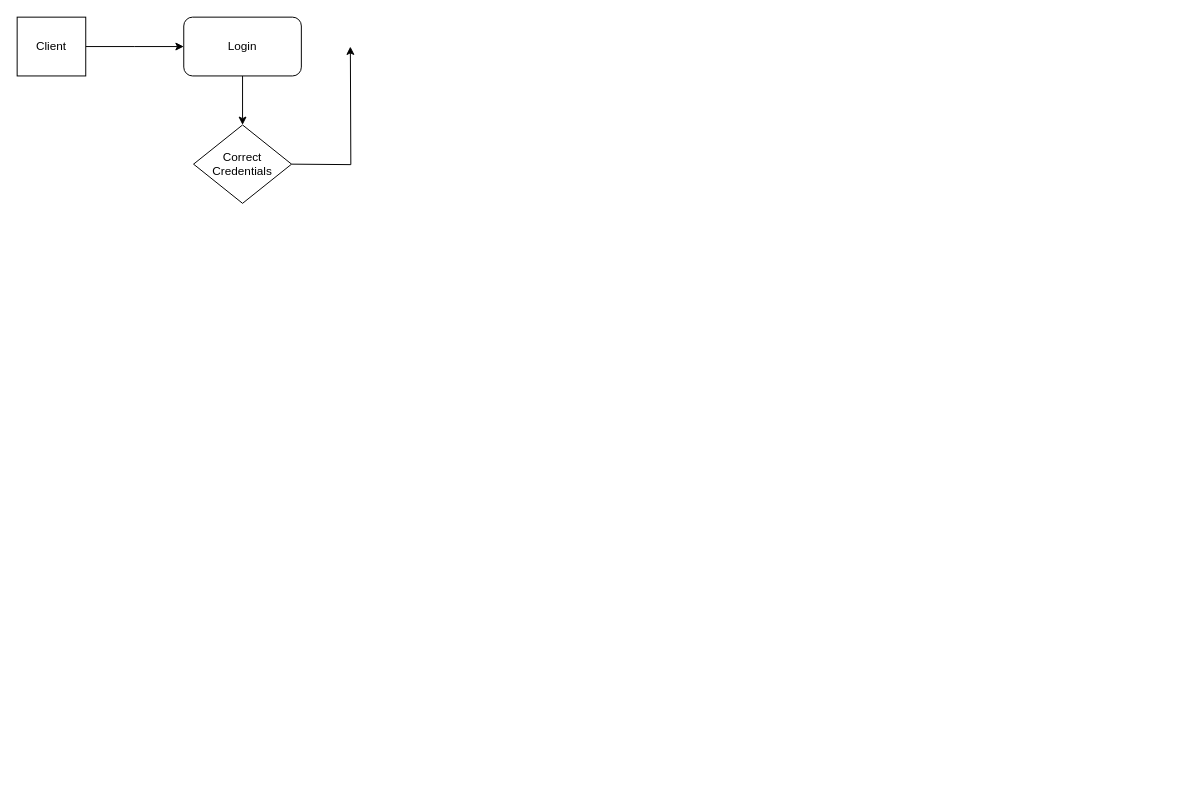
Before: API Workflow.drawio in Sudershhh/supply-chain, a draw.io diagram. Source tidied: cells renumbered, new cells numbered last; positions are measured from the earlier drawing's top-left corner, leaving out a move shared by most shapes. Both pictures are drawn from the tidied source at 98%, with x=0, y=0 at pixel (17, 17).
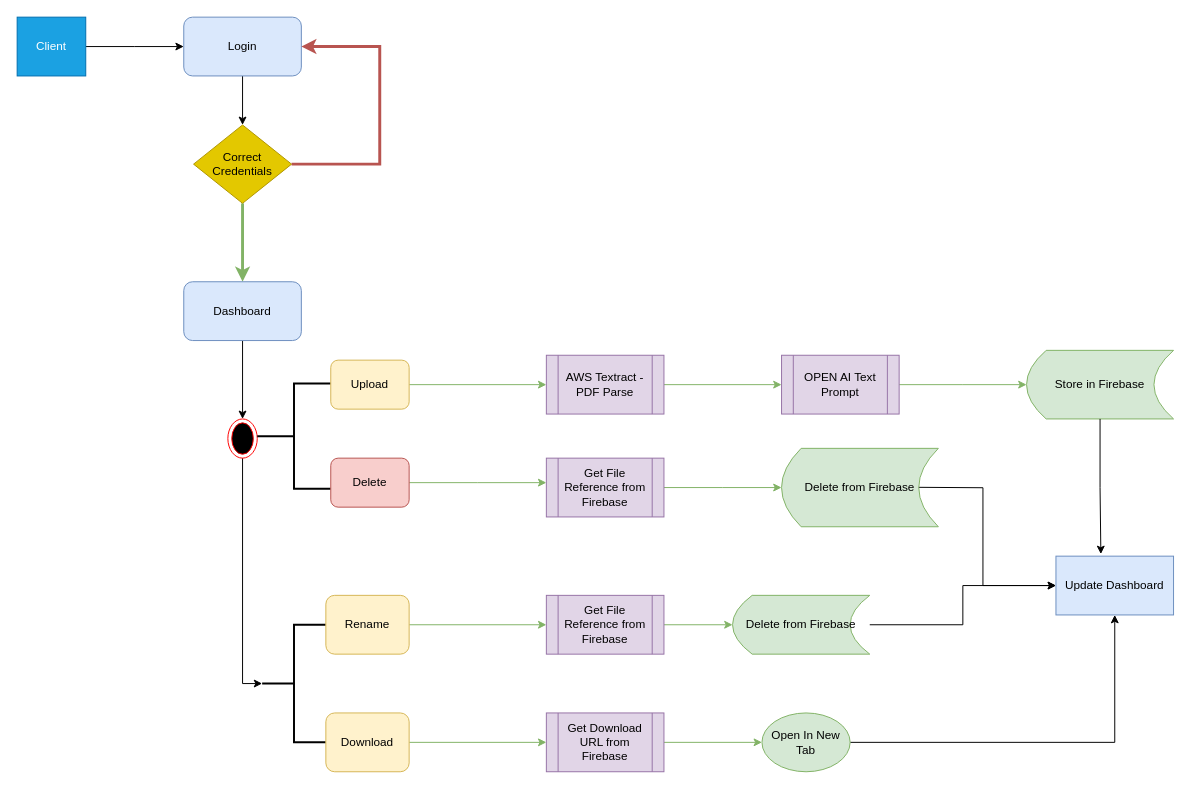
After the change.

Commit message:
Added More Components in API Flowchart

Change to the diagram source:
```diff
@@
-    <mxCell id="3" value="Client" style="rounded=0;whiteSpace=wrap;html=1;" parent="1" vertex="1">
+    <mxCell id="3" value="Client" style="rounded=0;whiteSpace=wrap;html=1;fillColor=#1ba1e2;fontColor=#ffffff;strokeColor=#006EAF;" parent="1" vertex="1">
       <mxGeometry width="70" height="60" as="geometry" />
     </mxCell>
@@
-    <mxCell id="5" value="Login" style="rounded=1;whiteSpace=wrap;html=1;" parent="1" vertex="1">
+    <mxCell id="5" value="Login" style="rounded=1;whiteSpace=wrap;html=1;fillColor=#dae8fc;strokeColor=#6c8ebf;" parent="1" vertex="1">
       <mxGeometry x="170" width="120" height="60" as="geometry" />
     </mxCell>
-    <mxCell id="6" style="edgeStyle=orthogonalEdgeStyle;rounded=0;orthogonalLoop=1;jettySize=auto;html=1;" parent="1" edge="1">
+    <mxCell id="6" style="edgeStyle=orthogonalEdgeStyle;rounded=0;jettySize=auto;html=1;exitX=1;exitY=0.5;exitDx=0;exitDy=0;fillColor=#f8cecc;strokeColor=#b85450;entryX=1;entryY=0.5;entryDx=0;entryDy=0;strokeWidth=3;" parent="1" edge="1" source="7" target="5">
       <mxGeometry relative="1" as="geometry">
-        <mxPoint x="280" y="150" as="sourcePoint" />
-        <mxPoint x="340" y="30" as="targetPoint" />
+        <Array as="points">
+          <mxPoint x="370" y="150" />
+          <mxPoint x="370" y="30" />
+        </Array>
       </mxGeometry>
     </mxCell>
+    <mxCell id="8" style="edgeStyle=orthogonalEdgeStyle;rounded=0;jettySize=auto;html=1;fillColor=#d5e8d4;strokeColor=#82b366;strokeWidth=3;" parent="1" edge="1" source="7">
+      <mxGeometry relative="1" as="geometry">
+        <mxPoint x="230" y="270" as="targetPoint" />
+        <Array as="points">
+          <mxPoint x="230" y="250" />
+          <mxPoint x="230" y="250" />
+        </Array>
+      </mxGeometry>
+    </mxCell>
-    <mxCell id="7" value="Correct Credentials" style="rhombus;whiteSpace=wrap;html=1;" parent="1" vertex="1">
+    <mxCell id="7" value="Correct Credentials" style="rhombus;whiteSpace=wrap;html=1;fillColor=#e3c800;fontColor=#000000;strokeColor=#B09500;" parent="1" vertex="1">
       <mxGeometry x="180" y="110" width="100" height="80" as="geometry" />
     </mxCell>
+    <mxCell id="9" style="edgeStyle=orthogonalEdgeStyle;rounded=0;jettySize=auto;html=1;entryX=0.5;entryY=0;entryDx=0;entryDy=0;" parent="1" edge="1" source="10" target="12">
+      <mxGeometry relative="1" as="geometry" />
+    </mxCell>
+    <mxCell id="10" value="Dashboard" style="rounded=1;whiteSpace=wrap;html=1;fillColor=#dae8fc;strokeColor=#6c8ebf;" parent="1" vertex="1">
+      <mxGeometry x="170" y="270" width="120" height="60" as="geometry" />
+    </mxCell>
+    <mxCell id="11" style="edgeStyle=orthogonalEdgeStyle;rounded=0;jettySize=auto;html=1;entryX=0;entryY=0.5;entryDx=0;entryDy=0;entryPerimeter=0;" parent="1" edge="1" source="12" target="29">
+      <mxGeometry relative="1" as="geometry">
+        <Array as="points">
+          <mxPoint x="230" y="680" />
+        </Array>
+      </mxGeometry>
+    </mxCell>
+    <mxCell id="12" style="ellipse;html=1;shape=endState;fillColor=#000000;strokeColor=#ff0000;" parent="1" vertex="1">
+      <mxGeometry x="215" y="410" width="30" height="40" as="geometry" />
+    </mxCell>
+    <mxCell id="13" style="strokeWidth=2;html=1;shape=mxgraph.flowchart.annotation_2;align=left;labelPosition=right;" parent="1" vertex="1">
+      <mxGeometry x="245" y="373.8" width="75" height="107.5" as="geometry" />
+    </mxCell>
+    <mxCell id="14" style="edgeStyle=orthogonalEdgeStyle;rounded=0;jettySize=auto;html=1;entryX=0;entryY=0.5;entryDx=0;entryDy=0;fillColor=#d5e8d4;strokeColor=#82b366;" parent="1" edge="1" source="15" target="19">
+      <mxGeometry relative="1" as="geometry" />
+    </mxCell>
+    <mxCell id="15" value="Upload" style="rounded=1;whiteSpace=wrap;html=1;fillColor=#fff2cc;strokeColor=#d6b656;" parent="1" vertex="1">
+      <mxGeometry x="320" y="350" width="80" height="50" as="geometry" />
+    </mxCell>
+    <mxCell id="16" style="edgeStyle=orthogonalEdgeStyle;rounded=0;jettySize=auto;html=1;fillColor=#d5e8d4;strokeColor=#82b366;" parent="1" edge="1" source="17">
+      <mxGeometry relative="1" as="geometry">
+        <mxPoint x="540" y="475" as="targetPoint" />
+      </mxGeometry>
+    </mxCell>
+    <mxCell id="17" value="Delete" style="rounded=1;whiteSpace=wrap;html=1;fillColor=#f8cecc;strokeColor=#b85450;" parent="1" vertex="1">
+      <mxGeometry x="320" y="450" width="80" height="50" as="geometry" />
+    </mxCell>
+    <mxCell id="18" style="edgeStyle=orthogonalEdgeStyle;rounded=0;jettySize=auto;html=1;fillColor=#d5e8d4;strokeColor=#82b366;" parent="1" edge="1" source="19" target="21">
+      <mxGeometry relative="1" as="geometry" />
+    </mxCell>
+    <mxCell id="19" value="AWS Textract - PDF Parse" style="shape=process;whiteSpace=wrap;html=1;backgroundOutline=1;fillColor=#e1d5e7;strokeColor=#9673a6;" parent="1" vertex="1">
+      <mxGeometry x="540" y="345" width="120" height="60" as="geometry" />
+    </mxCell>
+    <mxCell id="20" style="edgeStyle=orthogonalEdgeStyle;rounded=0;jettySize=auto;html=1;fillColor=#d5e8d4;strokeColor=#82b366;" parent="1" edge="1" source="21">
+      <mxGeometry relative="1" as="geometry">
+        <mxPoint x="1030" y="375" as="targetPoint" />
+      </mxGeometry>
+    </mxCell>
+    <mxCell id="21" value="OPEN AI Text Prompt" style="shape=process;whiteSpace=wrap;html=1;backgroundOutline=1;fillColor=#e1d5e7;strokeColor=#9673a6;" parent="1" vertex="1">
+      <mxGeometry x="780" y="345" width="120" height="60" as="geometry" />
+    </mxCell>
+    <mxCell id="22" value="Store in Firebase" style="shape=dataStorage;whiteSpace=wrap;html=1;fixedSize=1;fillColor=#d5e8d4;strokeColor=#82b366;" parent="1" vertex="1">
+      <mxGeometry x="1030" y="340" width="150" height="70" as="geometry" />
+    </mxCell>
+    <mxCell id="23" style="edgeStyle=orthogonalEdgeStyle;rounded=0;jettySize=auto;html=1;fillColor=#d5e8d4;strokeColor=#82b366;" parent="1" edge="1" source="24">
+      <mxGeometry relative="1" as="geometry">
+        <mxPoint x="780" y="480" as="targetPoint" />
+      </mxGeometry>
+    </mxCell>
+    <mxCell id="24" value="Get File Reference from Firebase" style="shape=process;whiteSpace=wrap;html=1;backgroundOutline=1;fillColor=#e1d5e7;strokeColor=#9673a6;" parent="1" vertex="1">
+      <mxGeometry x="540" y="450" width="120" height="60" as="geometry" />
+    </mxCell>
+    <mxCell id="25" style="edgeStyle=orthogonalEdgeStyle;rounded=0;jettySize=auto;html=1;entryX=0;entryY=0.5;entryDx=0;entryDy=0;" parent="1" edge="1" target="27">
+      <mxGeometry relative="1" as="geometry">
+        <mxPoint x="910" y="479.7" as="sourcePoint" />
+      </mxGeometry>
+    </mxCell>
+    <mxCell id="26" value="Delete from Firebase" style="shape=dataStorage;whiteSpace=wrap;html=1;fixedSize=1;fillColor=#d5e8d4;strokeColor=#82b366;" parent="1" vertex="1">
+      <mxGeometry x="780" y="440" width="160" height="80" as="geometry" />
+    </mxCell>
+    <mxCell id="27" value="Update Dash&lt;span style=&quot;background-color: initial;&quot;&gt;board&lt;/span&gt;" style="rounded=0;whiteSpace=wrap;html=1;fillColor=#dae8fc;strokeColor=#6c8ebf;" parent="1" vertex="1">
+      <mxGeometry x="1060" y="550" width="120" height="60" as="geometry" />
+    </mxCell>
+    <mxCell id="28" style="edgeStyle=orthogonalEdgeStyle;rounded=0;jettySize=auto;html=1;entryX=0.382;entryY=-0.036;entryDx=0;entryDy=0;entryPerimeter=0;" parent="1" edge="1" source="22" target="27">
+      <mxGeometry relative="1" as="geometry" />
+    </mxCell>
+    <mxCell id="29" style="strokeWidth=2;html=1;shape=mxgraph.flowchart.annotation_2;align=left;labelPosition=right;rotation=0;" parent="1" vertex="1">
+      <mxGeometry x="250" y="620" width="65" height="120" as="geometry" />
+    </mxCell>
+    <mxCell id="30" style="edgeStyle=orthogonalEdgeStyle;rounded=0;jettySize=auto;html=1;fillColor=#d5e8d4;strokeColor=#82b366;" parent="1" edge="1" source="31" target="35">
+      <mxGeometry relative="1" as="geometry" />
+    </mxCell>
+    <mxCell id="31" value="Rename" style="rounded=1;whiteSpace=wrap;html=1;fillColor=#fff2cc;strokeColor=#d6b656;" parent="1" vertex="1">
+      <mxGeometry x="315" y="590" width="85" height="60" as="geometry" />
+    </mxCell>
+    <mxCell id="32" style="edgeStyle=orthogonalEdgeStyle;rounded=0;jettySize=auto;html=1;entryX=0;entryY=0.5;entryDx=0;entryDy=0;fillColor=#d5e8d4;strokeColor=#82b366;" parent="1" edge="1" source="33" target="39">
+      <mxGeometry relative="1" as="geometry" />
+    </mxCell>
+    <mxCell id="33" value="Download" style="rounded=1;whiteSpace=wrap;html=1;fillColor=#fff2cc;strokeColor=#d6b656;" parent="1" vertex="1">
+      <mxGeometry x="315" y="710" width="85" height="60" as="geometry" />
+    </mxCell>
+    <mxCell id="34" style="edgeStyle=orthogonalEdgeStyle;rounded=0;jettySize=auto;html=1;entryX=0;entryY=0.5;entryDx=0;entryDy=0;fillColor=#d5e8d4;strokeColor=#82b366;" parent="1" edge="1" source="35" target="37">
+      <mxGeometry relative="1" as="geometry" />
+    </mxCell>
+    <mxCell id="35" value="Get File Reference from Firebase" style="shape=process;whiteSpace=wrap;html=1;backgroundOutline=1;fillColor=#e1d5e7;strokeColor=#9673a6;" parent="1" vertex="1">
+      <mxGeometry x="540" y="590" width="120" height="60" as="geometry" />
+    </mxCell>
+    <mxCell id="36" style="edgeStyle=orthogonalEdgeStyle;rounded=0;jettySize=auto;html=1;entryX=0;entryY=0.5;entryDx=0;entryDy=0;" parent="1" edge="1" source="37" target="27">
+      <mxGeometry relative="1" as="geometry" />
+    </mxCell>
+    <mxCell id="37" value="Delete from Firebase" style="shape=dataStorage;whiteSpace=wrap;html=1;fixedSize=1;fillColor=#d5e8d4;strokeColor=#82b366;" parent="1" vertex="1">
+      <mxGeometry x="730" y="590" width="140" height="60" as="geometry" />
+    </mxCell>
+    <mxCell id="38" style="edgeStyle=orthogonalEdgeStyle;rounded=0;jettySize=auto;html=1;fillColor=#d5e8d4;strokeColor=#82b366;" parent="1" edge="1" source="39" target="41">
+      <mxGeometry relative="1" as="geometry" />
+    </mxCell>
+    <mxCell id="39" value="Get Download URL from Firebase" style="shape=process;whiteSpace=wrap;html=1;backgroundOutline=1;fillColor=#e1d5e7;strokeColor=#9673a6;" parent="1" vertex="1">
+      <mxGeometry x="540" y="710" width="120" height="60" as="geometry" />
+    </mxCell>
+    <mxCell id="40" style="edgeStyle=orthogonalEdgeStyle;rounded=0;jettySize=auto;html=1;" parent="1" edge="1" source="41" target="27">
+      <mxGeometry relative="1" as="geometry" />
+    </mxCell>
+    <mxCell id="41" value="Open In New Tab" style="ellipse;whiteSpace=wrap;html=1;fillColor=#d5e8d4;strokeColor=#82b366;" parent="1" vertex="1">
+      <mxGeometry x="760" y="710" width="90" height="60" as="geometry" />
+    </mxCell>
```
